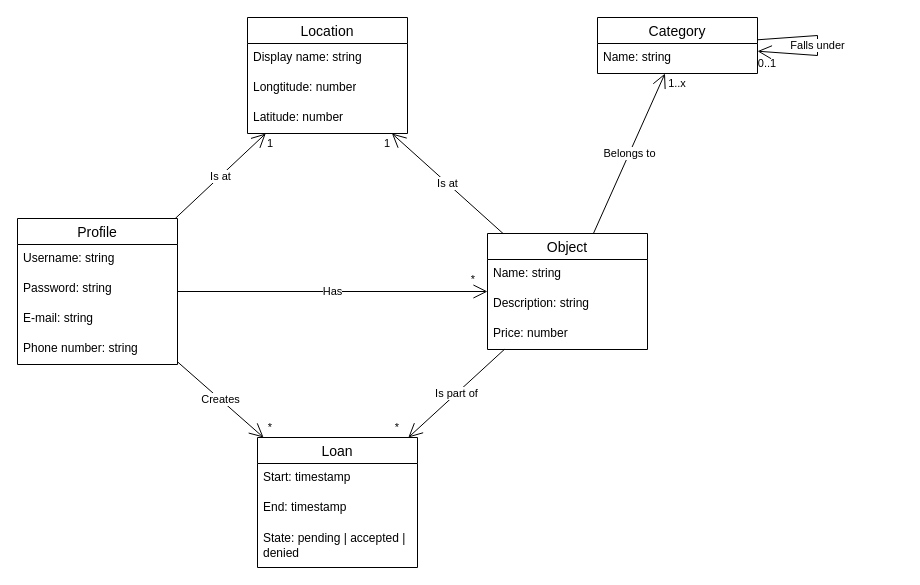
Earlier version of the draw.io diagram page "Domeinmodel" (1 of 3) of analysis/Modellen.drawio (UCLL-Full-stack/project2425-group1-16). Source tidied: cells renumbered, new cells numbered last; positions are measured from the earlier drawing's top-left corner, leaving out a move shared by most shapes. Both pictures are drawn from the tidied source at 100%, with x=0, y=0 at pixel (17, 17).
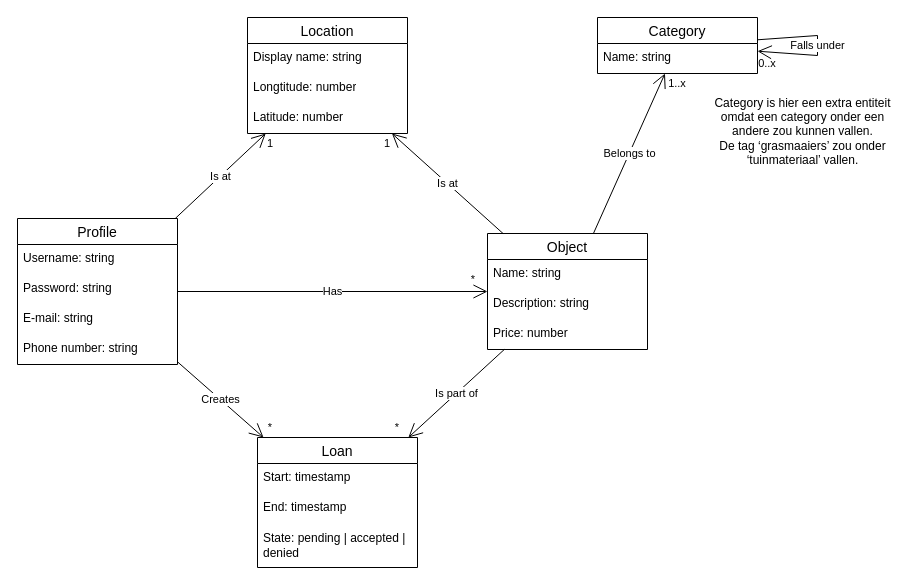
The same page after the edit.

The edit, as a diff of the source:
```diff
@@
-    <mxCell id="34" value="&lt;font style=&quot;font-size: 11px;&quot;&gt;0..1&lt;/font&gt;" style="text;html=1;align=center;verticalAlign=middle;whiteSpace=wrap;rounded=0;" parent="1" vertex="1">
+    <mxCell id="34" value="&lt;font style=&quot;font-size: 11px;&quot;&gt;0..x&lt;/font&gt;" style="text;html=1;align=center;verticalAlign=middle;whiteSpace=wrap;rounded=0;" parent="1" vertex="1">
       <mxGeometry x="740" y="36" width="20" height="20" as="geometry" />
     </mxCell>
+    <mxCell id="35" value="Category is hier een extra entiteit&lt;div&gt;omdat een category onder een&lt;/div&gt;&lt;div&gt;andere zou kunnen vallen.&lt;/div&gt;&lt;div&gt;De tag ‘grasmaaiers’ zou onder&lt;/div&gt;&lt;div&gt;‘tuinmateriaal’ vallen.&lt;/div&gt;" style="text;html=1;align=center;verticalAlign=middle;strokeColor=none;fillColor=none;" parent="1" vertex="1">
+      <mxGeometry x="685" y="69" width="200" height="90" as="geometry" />
+    </mxCell>
```
